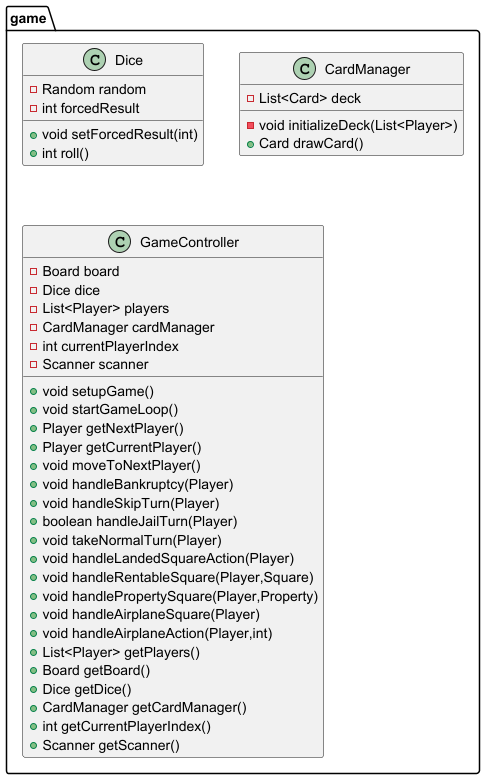
Above: src/main/resources/UMLGame.png in Boonnapod/Programming_Methodology_Project (PlantUML), before the change.
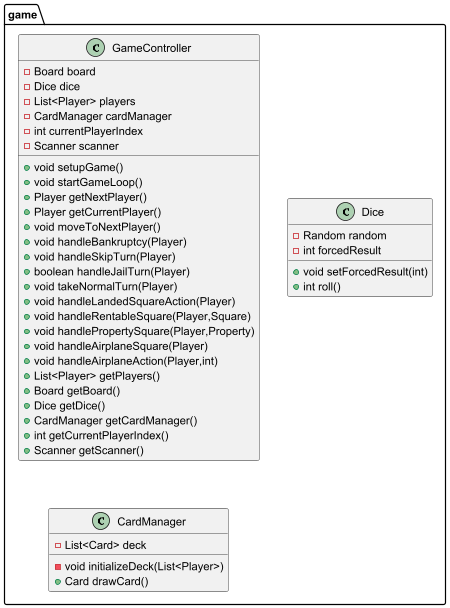
Above is the later version.

Change to the diagram source:
```diff
@@ -1,19 +1,4 @@
 @startuml
-class game.Dice {
-- Random random
-- int forcedResult
-+ void setForcedResult(int)
-+ int roll()
-}
-
-
-class game.CardManager {
-- List<Card> deck
-- void initializeDeck(List<Player>)
-+ Card drawCard()
-}
-
-
 class game.GameController {
 - Board board
 - Dice dice
@@ -44,4 +29,19 @@
 }
 
 
+class game.Dice {
+- Random random
+- int forcedResult
++ void setForcedResult(int)
++ int roll()
+}
+
+
+class game.CardManager {
+- List<Card> deck
+- void initializeDeck(List<Player>)
++ Card drawCard()
+}
+
+
 @enduml
```
